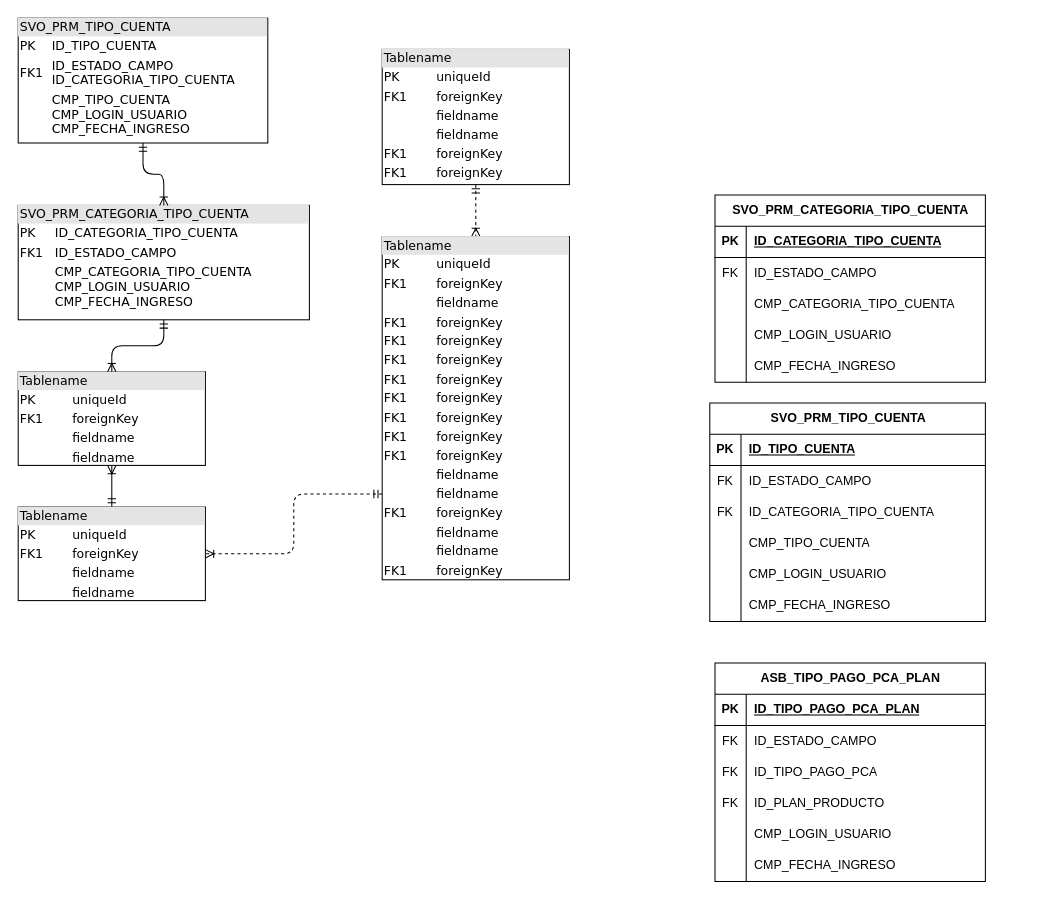
Before: Diag_PCA.drawio in dmateoval/Diagramas, a draw.io diagram. Source tidied: cells renumbered, new cells numbered last; positions are measured from the earlier drawing's top-left corner, leaving out a move shared by most shapes. Both pictures are drawn from the tidied source at 104%, with x=0, y=0 at pixel (18, 18).
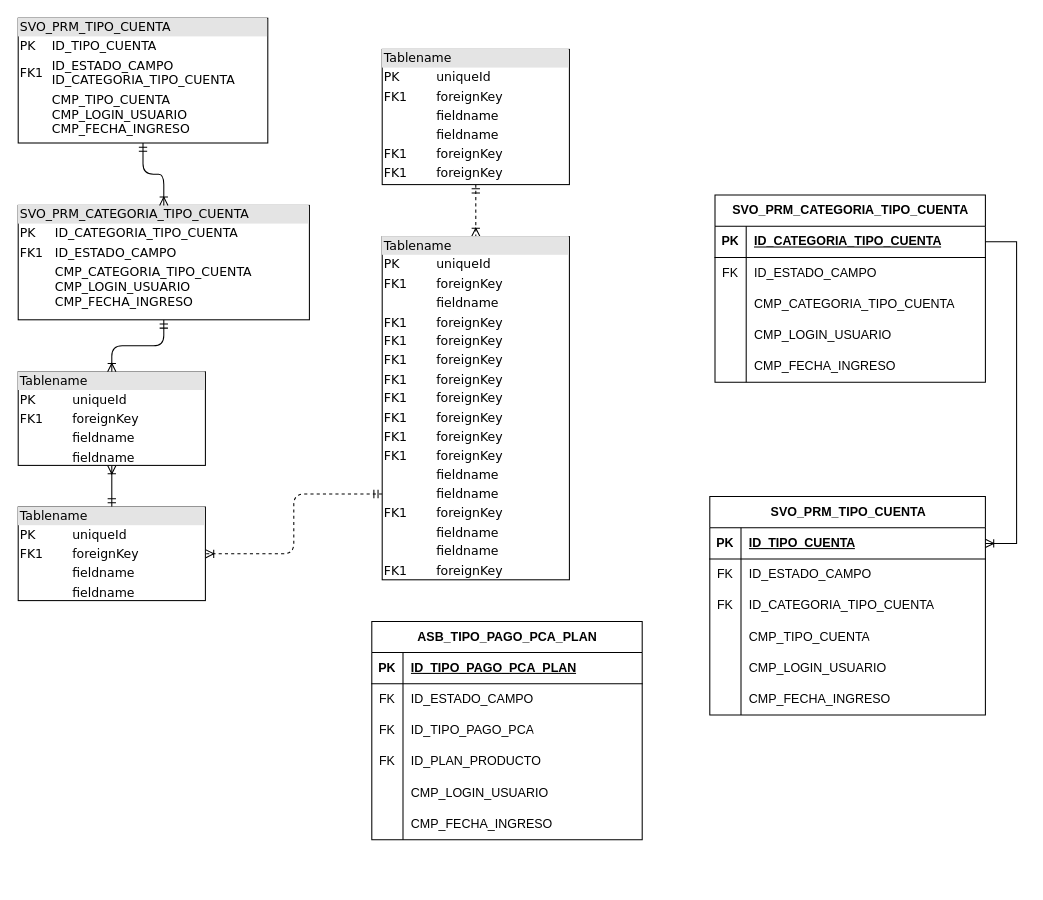
After the change.

Unchanged cells that the change refers to:
```xml
<mxCell id="14" style="shape=tableRow;horizontal=0;startSize=0;swimlaneHead=0;swimlaneBody=0;fillColor=none;points=[[0,0.5],[1,0.5]];portConstraint=eastwest;top=0;left=0;right=0;bottom=1;" parent="13" vertex="1">
  <mxGeometry y="30" width="260" height="30" as="geometry" />
</mxCell>
<mxCell id="30" style="shape=tableRow;horizontal=0;startSize=0;swimlaneHead=0;swimlaneBody=0;fillColor=none;points=[[0,0.5],[1,0.5]];portConstraint=eastwest;top=0;left=0;right=0;bottom=1;" parent="29" vertex="1">
  <mxGeometry y="30" width="265" height="30" as="geometry" />
</mxCell>
```

What changed in the source:
```diff
@@
     <mxCell id="29" value="SVO_PRM_TIPO_CUENTA" style="shape=table;startSize=30;childLayout=tableLayout;rowLines=0;fontStyle=1;align=center;html=1;" parent="1" vertex="1">
-      <mxGeometry x="665" y="370" width="265" height="210" as="geometry" />
+      <mxGeometry x="665" y="460" width="265" height="210" as="geometry" />
     </mxCell>
@@
     <mxCell id="48" value="ASB_TIPO_PAGO_PCA_PLAN" style="shape=table;startSize=30;childLayout=tableLayout;rowLines=0;fontStyle=1;align=center;html=1;" parent="1" vertex="1">
-      <mxGeometry x="670" y="620" width="260" height="210" as="geometry" />
+      <mxGeometry x="340" y="580" width="260" height="210" as="geometry" />
     </mxCell>
@@
+    <mxCell id="67" style="edgeStyle=entityRelationEdgeStyle;fontSize=12;html=1;endArrow=ERoneToMany;rounded=0;exitX=1;exitY=0.5;exitDx=0;exitDy=0;" parent="1" edge="1" source="14" target="30">
+      <mxGeometry relative="1" as="geometry" />
+    </mxCell>
```
